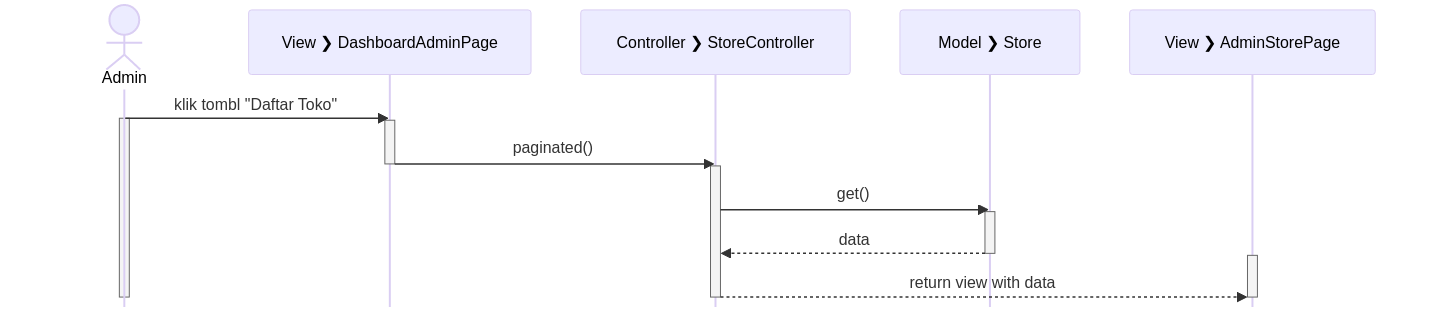
This is output/png/sequence/GetAdminStores.png from rizalgrandonk/salesprint-diagrams, a Mermaid export, as it was before one commit. Its source is kept beside it as sequence/GetAdminStores.mmd. Its diagram source:
```mermaid
%%{init: {'theme': 'base', 'themeVariables': { 'fontSize': '16px', 'fontFamily': 'Inter'}}}%%
sequenceDiagram
  actor Admin
  participant V_DA as View #10095; DashboardAdminPage
  participant C_S as Controller #10095; StoreController
  participant M_S as Model #10095; Store
  participant V_ASP as View #10095; AdminStorePage

  Admin->>V_DA: klik tombl "Daftar Toko"

  activate Admin
  activate V_DA

  V_DA->>C_S: paginated()

  deactivate V_DA
  activate C_S

  C_S->>M_S: get()

  activate M_S

  M_S-->>C_S: data

  deactivate M_S

  activate V_ASP

  C_S-->>V_ASP: return view with data

  deactivate C_S
  deactivate V_ASP
  deactivate Admin
```
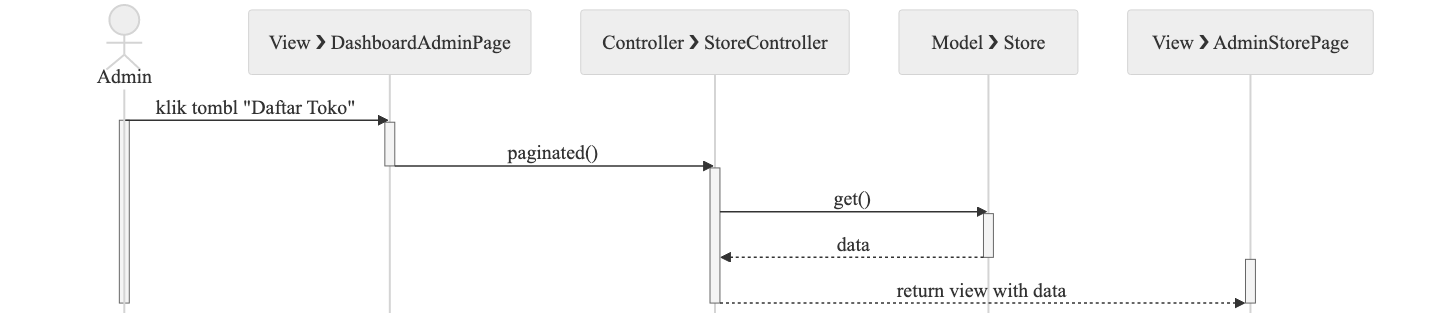
The same diagram one commit later.

The edit, as a diff of the source:
```diff
@@ -1,4 +1,3 @@
-%%{init: {'theme': 'base', 'themeVariables': { 'fontSize': '16px', 'fontFamily': 'Inter'}}}%%
 sequenceDiagram
   actor Admin
   participant V_DA as View #10095; DashboardAdminPage
```
